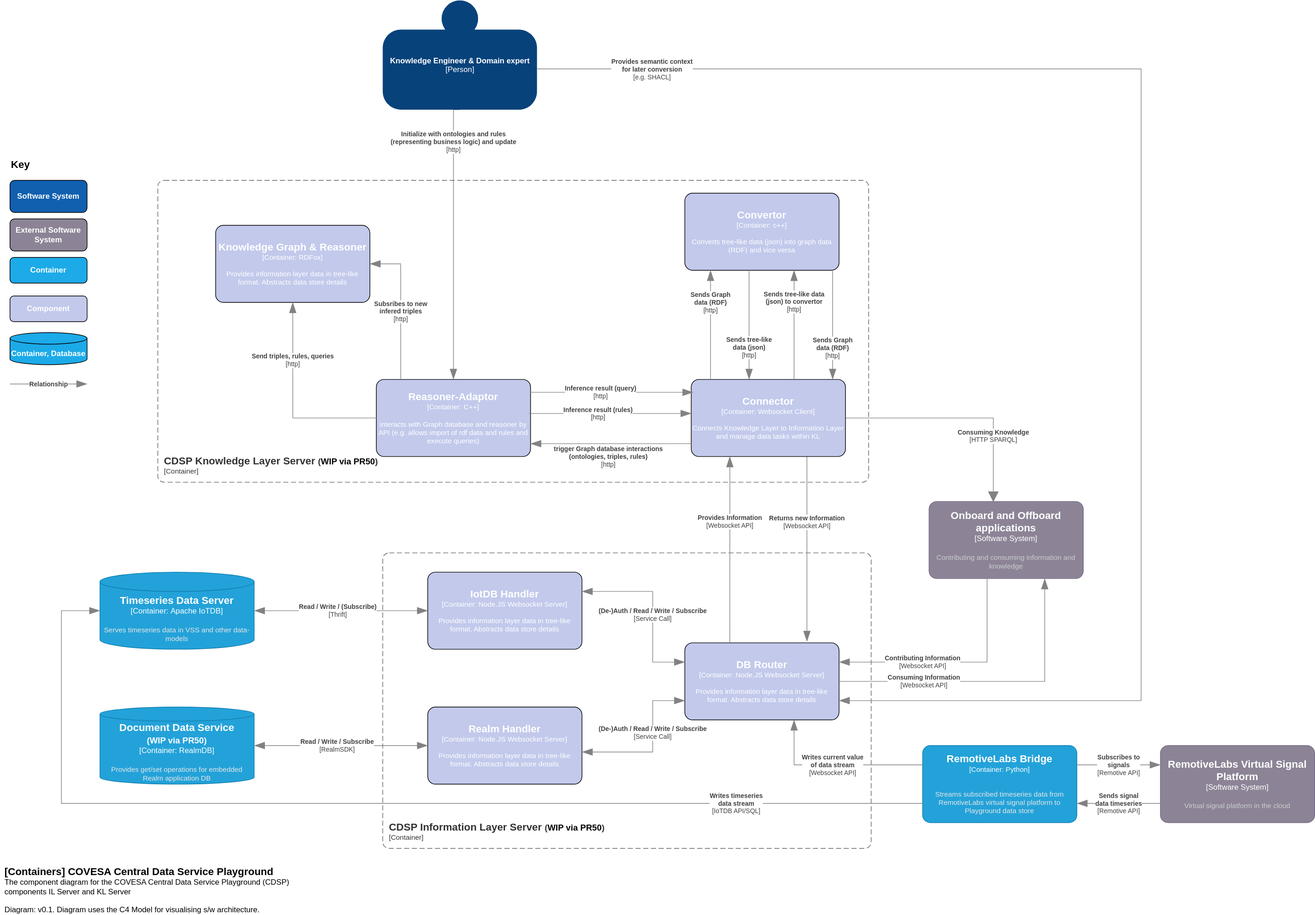
Above: diagrams/CDSP-C4-Model-Components-diagram.drawio.svg in COVESA/cdsp (draw.io), before the change. Source tidied: cells renumbered, new cells last; positions are measured from the earlier drawing's top-left corner, leaving out a move shared by most shapes.
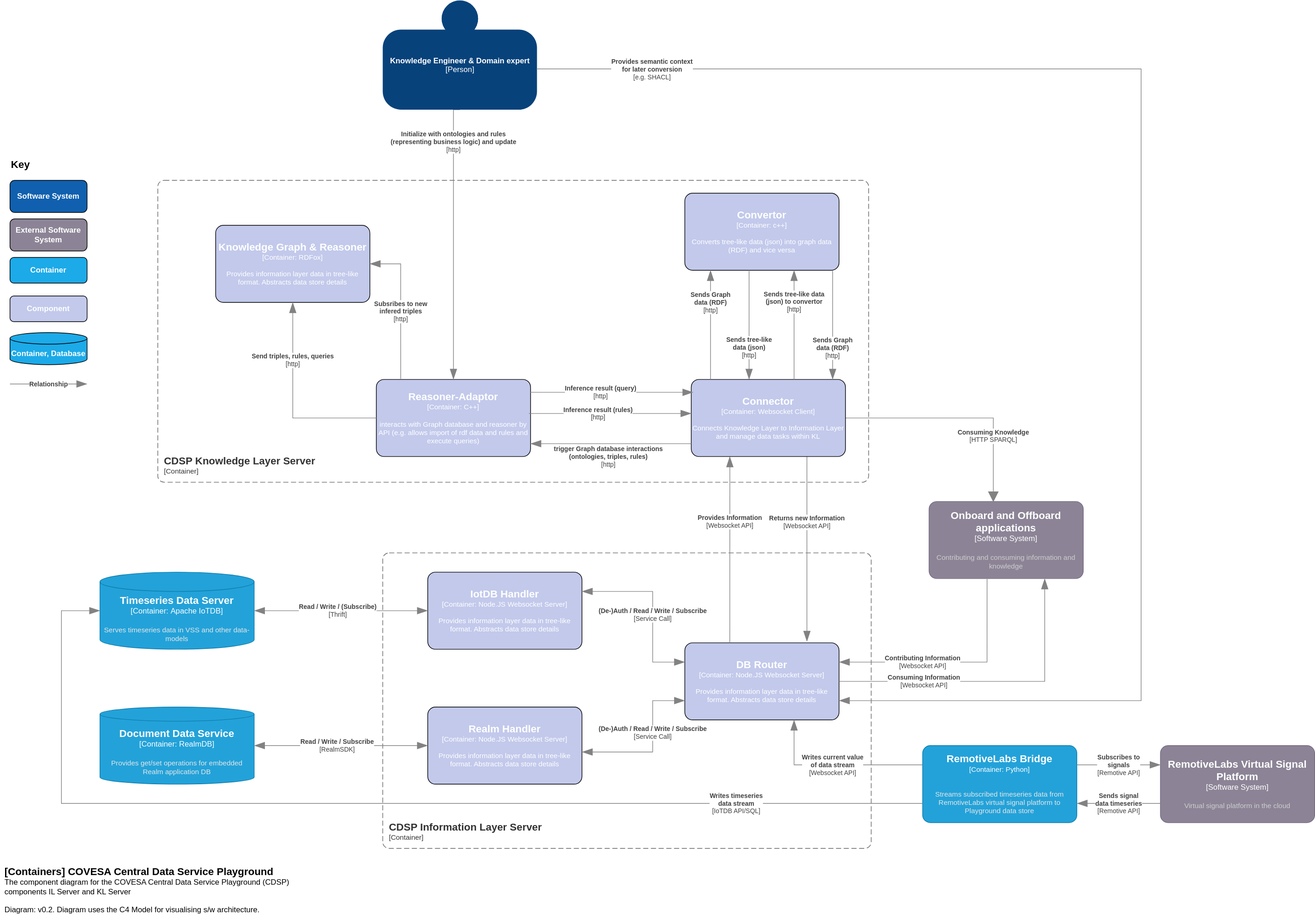
The same file after the commit.

Commit message:
C4 Model: remove WIP from KL and IL model elements

The current diagrams labelled the Knowledge Layer and Information Layer
elements as a WIP as they had not yet been merged. Now they have been
merged remove that text from the diagrams.

What changed in the source:
```diff
@@ -2,12 +2,12 @@
   <root>
     <mxCell id="0" />
     <mxCell id="1" parent="0" />
-    <object id="2" label="&lt;font style=&quot;font-size: 16px&quot;&gt;&lt;b&gt;&lt;div style=&quot;text-align: left&quot;&gt;%c4Name%&lt;/div&gt;&lt;/b&gt;&lt;/font&gt;&lt;div style=&quot;text-align: left&quot;&gt;[%c4Application%]&lt;/div&gt;" c4Application="Container" c4Name="CDSP Information Layer Server &lt;small&gt; (&lt;a href=&quot;https://github.com/COVESA/cdsp/pull/50&quot; target=&quot;_blank&quot;  style=&quot;color:#000000;&quot;&gt;WIP via PR50&lt;a&gt;)&lt;/small&gt;" c4Type="ContainerScopeBoundary" placeholders="1">
+    <object id="2" label="&lt;font style=&quot;font-size: 16px&quot;&gt;&lt;b&gt;&lt;div style=&quot;text-align: left&quot;&gt;%c4Name%&lt;/div&gt;&lt;/b&gt;&lt;/font&gt;&lt;div style=&quot;text-align: left&quot;&gt;[%c4Application%]&lt;/div&gt;" c4Application="Container" c4Name="CDSP Information Layer Server" c4Type="ContainerScopeBoundary" placeholders="1">
       <mxCell style="rounded=1;fontSize=11;whiteSpace=wrap;html=1;dashed=1;arcSize=20;fillColor=none;strokeColor=#666666;fontColor=#333333;labelBackgroundColor=none;align=left;verticalAlign=bottom;labelBorderColor=none;spacingTop=0;spacing=10;dashPattern=8 4;perimeter=rectanglePerimeter;noLabel=0;labelPadding=0;absoluteArcSize=1;" parent="1" vertex="1">
         <mxGeometry x="590" y="860" width="760" height="460" as="geometry" />
       </mxCell>
     </object>
-    <object id="3" label="&lt;font style=&quot;font-size: 16px&quot;&gt;&lt;b&gt;&lt;div style=&quot;text-align: left&quot;&gt;%c4Name%&lt;/div&gt;&lt;/b&gt;&lt;/font&gt;&lt;div style=&quot;text-align: left&quot;&gt;%c4Description%&lt;/div&gt;" c4Description="The component diagram for the COVESA Central Data Service Playground (CDSP) components IL Server and KL Server&#10;&#10;Diagram: v0.1.  Diagram uses the C4 Model for visualising s/w architecture." c4Name="[Containers] COVESA Central Data Service Playground" c4Type="ContainerDiagramTitle" placeholders="1">
+    <object id="3" label="&lt;font style=&quot;font-size: 16px&quot;&gt;&lt;b&gt;&lt;div style=&quot;text-align: left&quot;&gt;%c4Name%&lt;/div&gt;&lt;/b&gt;&lt;/font&gt;&lt;div style=&quot;text-align: left&quot;&gt;%c4Description%&lt;/div&gt;" c4Description="The component diagram for the COVESA Central Data Service Playground (CDSP) components IL Server and KL Server&#10;&#10;Diagram: v0.2.  Diagram uses the C4 Model for visualising s/w architecture." c4Name="[Containers] COVESA Central Data Service Playground" c4Type="ContainerDiagramTitle" placeholders="1">
       <mxCell style="text;html=1;strokeColor=none;fillColor=none;align=left;verticalAlign=top;whiteSpace=wrap;rounded=0;" parent="1" vertex="1">
         <mxGeometry y="1340" width="510" height="72" as="geometry" />
       </mxCell>
@@ -71,7 +71,7 @@
         </mxGeometry>
       </mxCell>
     </object>
-    <object id="16" label="&lt;font style=&quot;font-size: 16px&quot;&gt;&lt;b&gt;&lt;div style=&quot;text-align: left&quot;&gt;%c4Name%&lt;/div&gt;&lt;/b&gt;&lt;/font&gt;&lt;div style=&quot;text-align: left&quot;&gt;[%c4Application%]&lt;/div&gt;" c4Application="Container" c4Name="CDSP Knowledge Layer Server &lt;small&gt; (&lt;a href=&quot;https://github.com/COVESA/cdsp/pull/50&quot; target=&quot;_blank&quot; style=&quot;color:#000000;&quot;&gt;WIP via PR50&lt;a&gt;)&lt;/small&gt;" c4Type="ContainerScopeBoundary" placeholders="1">
+    <object id="16" label="&lt;font style=&quot;font-size: 16px&quot;&gt;&lt;b&gt;&lt;div style=&quot;text-align: left&quot;&gt;%c4Name%&lt;/div&gt;&lt;/b&gt;&lt;/font&gt;&lt;div style=&quot;text-align: left&quot;&gt;[%c4Application%]&lt;/div&gt;" c4Application="Container" c4Name="CDSP Knowledge Layer Server" c4Type="ContainerScopeBoundary" placeholders="1">
       <mxCell style="rounded=1;fontSize=11;whiteSpace=wrap;html=1;dashed=1;arcSize=20;fillColor=none;strokeColor=#666666;fontColor=#333333;labelBackgroundColor=none;align=left;verticalAlign=bottom;labelBorderColor=none;spacingTop=0;spacing=10;dashPattern=8 4;perimeter=rectanglePerimeter;noLabel=0;labelPadding=0;absoluteArcSize=1;" parent="1" vertex="1">
         <mxGeometry x="240" y="280" width="1106" height="470" as="geometry" />
       </mxCell>
@@ -86,7 +86,7 @@
         <mxGeometry x="660" y="890" width="240" height="120" as="geometry" />
       </mxCell>
     </object>
-    <object id="19" label="&lt;font style=&quot;font-size: 16px&quot;&gt;&lt;b&gt;%c4Name%&lt;/b&gt;&lt;/font&gt;&lt;div&gt;[%c4Type%:&amp;nbsp;%c4Technology%]&lt;/div&gt;&lt;br&gt;&lt;div&gt;&lt;font style=&quot;font-size: 11px&quot;&gt;&lt;font color=&quot;#E6E6E6&quot;&gt;%c4Description%&lt;/font&gt;&lt;/div&gt;" c4Description="Provides get/set operations for embedded Realm application DB" c4Name="Document Data Service &lt;small&gt; &lt;br&gt;(&lt;a href=&quot;https://github.com/COVESA/cdsp/pull/50&quot; target=&quot;_blank&quot;  style=&quot;color:#ffffff;&quot;&gt;WIP via PR50&lt;a&gt;)&lt;/small&gt;" c4Technology="RealmDB" c4Type="Container" placeholders="1">
+    <object id="19" label="&lt;font style=&quot;font-size: 16px&quot;&gt;&lt;b&gt;%c4Name%&lt;/b&gt;&lt;/font&gt;&lt;div&gt;[%c4Type%:&amp;nbsp;%c4Technology%]&lt;/div&gt;&lt;br&gt;&lt;div&gt;&lt;font style=&quot;font-size: 11px&quot;&gt;&lt;font color=&quot;#E6E6E6&quot;&gt;%c4Description%&lt;/font&gt;&lt;/div&gt;" c4Description="Provides get/set operations for embedded Realm application DB" c4Name="Document Data Service" c4Technology="RealmDB" c4Type="Container" placeholders="1">
       <mxCell style="shape=cylinder3;size=11;whiteSpace=wrap;html=1;boundedLbl=1;rounded=0;labelBackgroundColor=none;fillColor=#23A2D9;fontSize=12;fontColor=#ffffff;align=center;strokeColor=#0E7DAD;points=[[0.5,0,0],[1,0.25,0],[1,0.5,0],[1,0.75,0],[0.5,1,0],[0,0.75,0],[0,0.5,0],[0,0.25,0]];" parent="1" vertex="1">
         <mxGeometry x="150" y="1100" width="240" height="120" as="geometry" />
       </mxCell>
```
